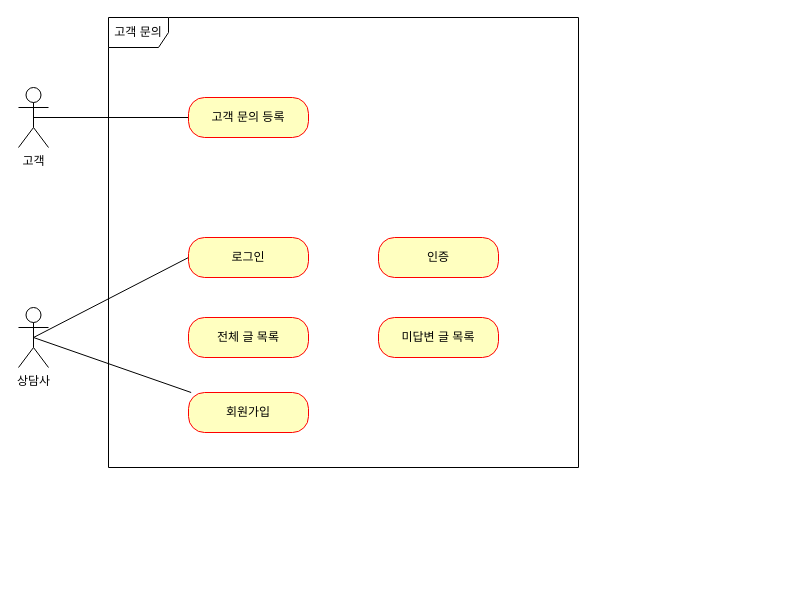
Before: 제목 없는 다이어그램.drawio in heoheon-developer/pay-cs-system, a draw.io diagram. Source tidied: cells renumbered, new cells numbered last; positions are measured from the earlier drawing's top-left corner, leaving out a move shared by most shapes. Both pictures are drawn from the tidied source at 100%, with x=0, y=0 at pixel (18, 17).
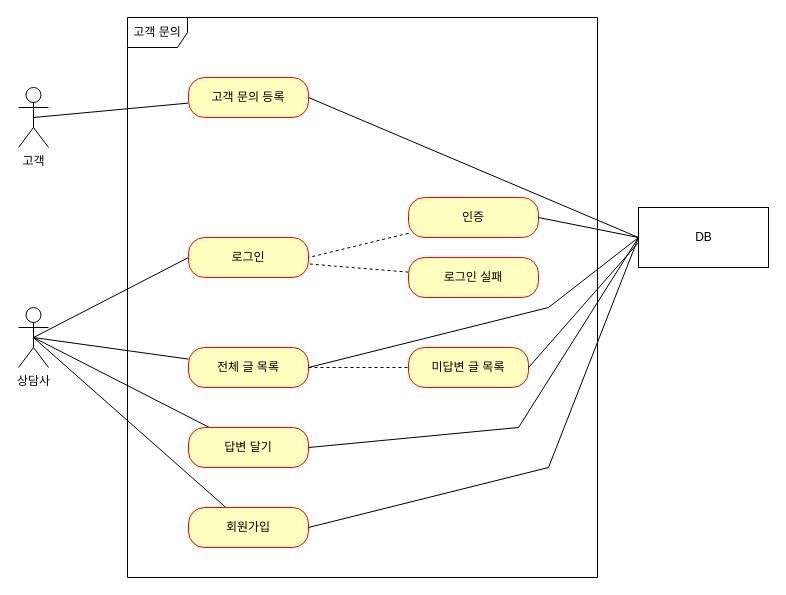
The same page after the edit.

Commit message:
제목 없는 다이어그램.drawio 업데이트

Unchanged cells that the change refers to:
```xml
<mxCell id="4" value="상담사" style="shape=umlActor;verticalLabelPosition=bottom;verticalAlign=top;html=1;" parent="1" vertex="1">
  <mxGeometry y="290" width="30" height="60" as="geometry" />
</mxCell>
<mxCell id="8" value="로그인" style="rounded=1;whiteSpace=wrap;html=1;arcSize=40;fontColor=#000000;fillColor=#ffffc0;strokeColor=#ff0000;" parent="1" vertex="1">
  <mxGeometry x="170" y="220" width="120" height="40" as="geometry" />
</mxCell>
```

Diff of the diagram source:
```diff
@@
     <mxCell id="3" value="고객 문의" style="shape=umlFrame;whiteSpace=wrap;html=1;" parent="1" vertex="1">
-      <mxGeometry x="90" width="470" height="450" as="geometry" />
+      <mxGeometry x="109" width="470" height="560" as="geometry" />
     </mxCell>
@@
+    <mxCell id="14" style="edgeStyle=none;rounded=0;jettySize=auto;html=1;entryX=0;entryY=0.5;entryDx=0;entryDy=0;endArrow=none;endFill=0;exitX=1;exitY=0.5;exitDx=0;exitDy=0;" parent="1" edge="1" source="6" target="25">
+      <mxGeometry relative="1" as="geometry" />
+    </mxCell>
     <mxCell id="6" value="고객 문의 등록" style="rounded=1;whiteSpace=wrap;html=1;arcSize=40;fontColor=#000000;fillColor=#ffffc0;strokeColor=#ff0000;" parent="1" vertex="1">
-      <mxGeometry x="170" y="80" width="120" height="40" as="geometry" />
+      <mxGeometry x="170" y="60" width="120" height="40" as="geometry" />
     </mxCell>
@@
     <mxCell id="10" value="회원가입" style="rounded=1;whiteSpace=wrap;html=1;arcSize=40;fontColor=#000000;fillColor=#ffffc0;strokeColor=#ff0000;" parent="1" vertex="1">
-      <mxGeometry x="170" y="375" width="120" height="40" as="geometry" />
+      <mxGeometry x="170" y="490" width="120" height="40" as="geometry" />
     </mxCell>
+    <mxCell id="15" style="edgeStyle=none;rounded=0;jettySize=auto;html=1;entryX=0;entryY=0.5;entryDx=0;entryDy=0;dashed=1;endArrow=none;endFill=0;" parent="1" edge="1" source="11" target="12">
+      <mxGeometry relative="1" as="geometry" />
+    </mxCell>
+    <mxCell id="16" style="edgeStyle=none;rounded=0;jettySize=auto;html=1;entryX=0.5;entryY=0.5;entryDx=0;entryDy=0;entryPerimeter=0;endArrow=none;endFill=0;" parent="1" edge="1" source="11" target="4">
+      <mxGeometry relative="1" as="geometry" />
+    </mxCell>
     <mxCell id="11" value="전체 글 목록" style="rounded=1;whiteSpace=wrap;html=1;arcSize=40;fontColor=#000000;fillColor=#ffffc0;strokeColor=#ff0000;" parent="1" vertex="1">
-      <mxGeometry x="170" y="300" width="120" height="40" as="geometry" />
+      <mxGeometry x="170" y="330" width="120" height="40" as="geometry" />
     </mxCell>
     <mxCell id="12" value="미답변 글 목록" style="rounded=1;whiteSpace=wrap;html=1;arcSize=40;fontColor=#000000;fillColor=#ffffc0;strokeColor=#ff0000;" parent="1" vertex="1">
-      <mxGeometry x="360" y="300" width="120" height="40" as="geometry" />
+      <mxGeometry x="390" y="330" width="120" height="40" as="geometry" />
     </mxCell>
+    <mxCell id="17" style="rounded=0;jettySize=auto;html=1;entryX=1;entryY=0.5;entryDx=0;entryDy=0;dashed=1;endArrow=none;endFill=0;" parent="1" edge="1" source="13" target="8">
+      <mxGeometry relative="1" as="geometry" />
+    </mxCell>
     <mxCell id="13" value="인증" style="rounded=1;whiteSpace=wrap;html=1;arcSize=40;fontColor=#000000;fillColor=#ffffc0;strokeColor=#ff0000;" parent="1" vertex="1">
-      <mxGeometry x="360" y="220" width="120" height="40" as="geometry" />
+      <mxGeometry x="390" y="180" width="130" height="40" as="geometry" />
     </mxCell>
+    <mxCell id="18" style="edgeStyle=none;rounded=0;jettySize=auto;html=1;entryX=0.987;entryY=0.657;entryDx=0;entryDy=0;entryPerimeter=0;dashed=1;endArrow=none;endFill=0;" parent="1" edge="1" source="19" target="8">
+      <mxGeometry relative="1" as="geometry" />
+    </mxCell>
+    <mxCell id="19" value="로그인 실패" style="rounded=1;whiteSpace=wrap;html=1;arcSize=40;fontColor=#000000;fillColor=#ffffc0;strokeColor=#ff0000;" parent="1" vertex="1">
+      <mxGeometry x="390" y="240" width="130" height="40" as="geometry" />
+    </mxCell>
+    <mxCell id="20" style="edgeStyle=none;rounded=0;jettySize=auto;html=1;entryX=1;entryY=0.5;entryDx=0;entryDy=0;endArrow=none;endFill=0;exitX=0;exitY=0.5;exitDx=0;exitDy=0;" parent="1" edge="1" source="25" target="13">
+      <mxGeometry relative="1" as="geometry" />
+    </mxCell>
+    <mxCell id="21" style="edgeStyle=none;rounded=0;jettySize=auto;html=1;entryX=1;entryY=0.5;entryDx=0;entryDy=0;endArrow=none;endFill=0;exitX=-0.006;exitY=0.597;exitDx=0;exitDy=0;exitPerimeter=0;" parent="1" edge="1" source="25" target="12">
+      <mxGeometry relative="1" as="geometry" />
+    </mxCell>
+    <mxCell id="22" style="edgeStyle=none;rounded=0;jettySize=auto;html=1;endArrow=none;endFill=0;exitX=0;exitY=0.5;exitDx=0;exitDy=0;" parent="1" edge="1" source="25">
+      <mxGeometry relative="1" as="geometry">
+        <mxPoint x="290" y="350" as="targetPoint" />
+        <Array as="points">
+          <mxPoint x="530" y="290" />
+        </Array>
+      </mxGeometry>
+    </mxCell>
+    <mxCell id="23" style="edgeStyle=none;rounded=0;jettySize=auto;html=1;endArrow=none;endFill=0;entryX=1;entryY=0.5;entryDx=0;entryDy=0;exitX=0;exitY=0.5;exitDx=0;exitDy=0;" parent="1" edge="1" source="25" target="27">
+      <mxGeometry relative="1" as="geometry">
+        <Array as="points">
+          <mxPoint x="500" y="410" />
+        </Array>
+      </mxGeometry>
+    </mxCell>
+    <mxCell id="24" style="edgeStyle=none;rounded=0;jettySize=auto;html=1;endArrow=none;endFill=0;entryX=1;entryY=0.5;entryDx=0;entryDy=0;exitX=0;exitY=0.5;exitDx=0;exitDy=0;" parent="1" edge="1" source="25" target="10">
+      <mxGeometry relative="1" as="geometry">
+        <Array as="points">
+          <mxPoint x="530" y="450" />
+        </Array>
+      </mxGeometry>
+    </mxCell>
+    <mxCell id="25" value="DB" style="html=1;" parent="1" vertex="1">
+      <mxGeometry x="620" y="190" width="130" height="60" as="geometry" />
+    </mxCell>
+    <mxCell id="26" style="edgeStyle=none;rounded=0;jettySize=auto;html=1;entryX=0.5;entryY=0.5;entryDx=0;entryDy=0;entryPerimeter=0;endArrow=none;endFill=0;" parent="1" edge="1" source="27" target="4">
+      <mxGeometry relative="1" as="geometry" />
+    </mxCell>
+    <mxCell id="27" value="답변 달기" style="rounded=1;whiteSpace=wrap;html=1;arcSize=40;fontColor=#000000;fillColor=#ffffc0;strokeColor=#ff0000;" parent="1" vertex="1">
+      <mxGeometry x="170" y="410" width="120" height="40" as="geometry" />
+    </mxCell>
```
